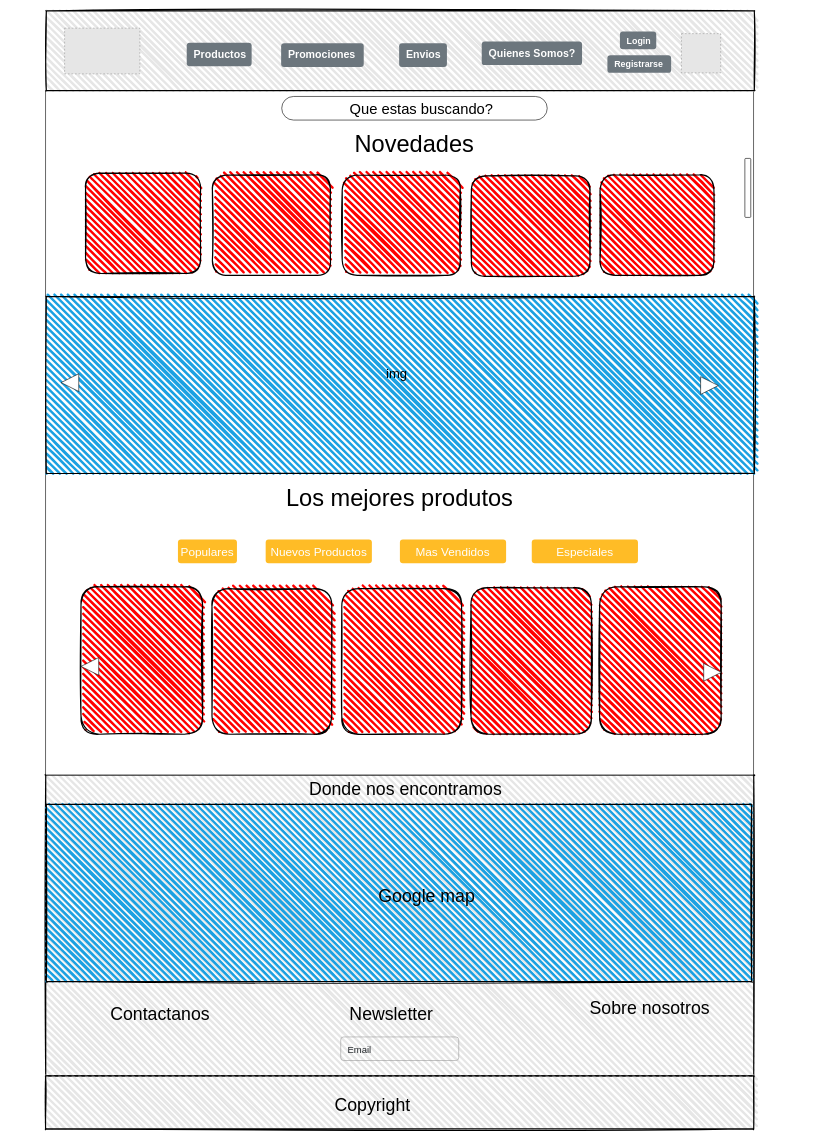
Earlier version of the draw.io diagram page "Page-2" (2 of 3) of Bocetos/Bocetos-de-Home/Home-1200.drawio (Evaristodantur/BierClub). Source tidied: cells renumbered, new cells numbered last; positions are measured from the earlier drawing's top-left corner, leaving out a move shared by most shapes. Both pictures are drawn from the tidied source at 59%, with x=0, y=0 at pixel (10, 11). Pictures stored in the file or linked from it are replaced by grey dashed boxes.
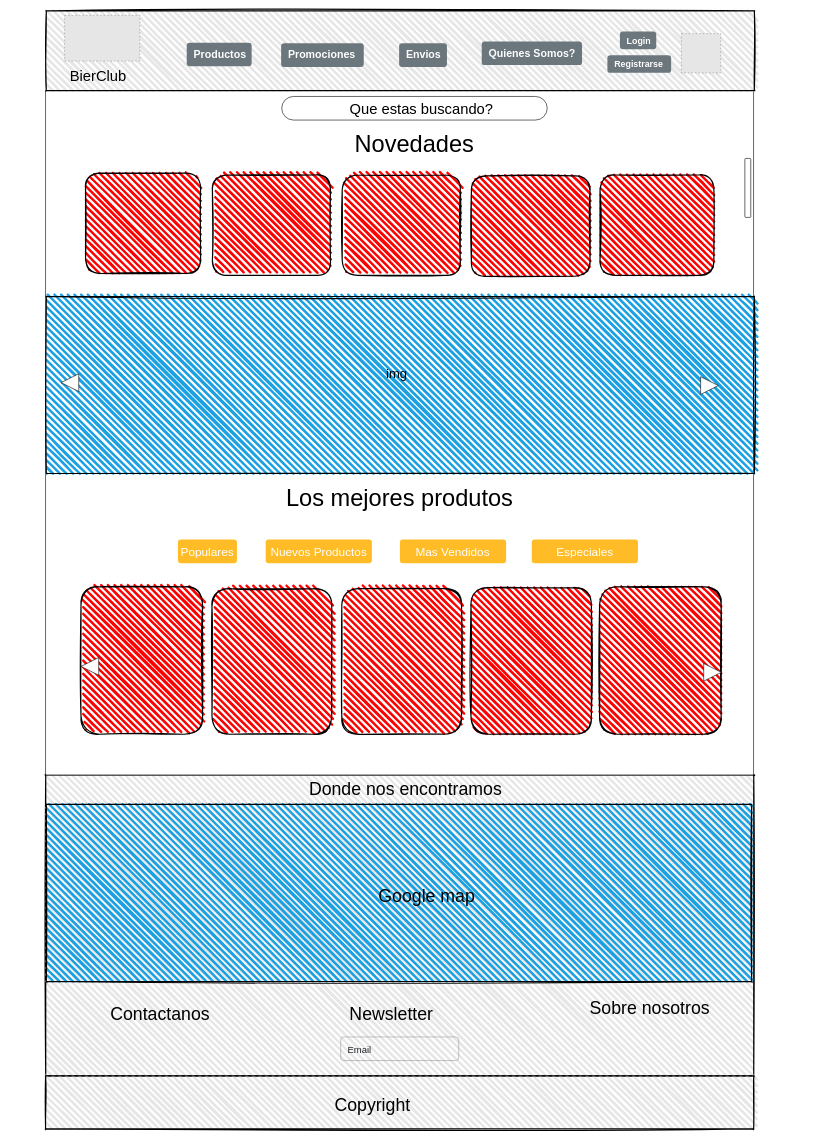
The same diagram, later.

The edit, as a diff of the source:
```diff
@@
     <mxCell id="15" style="fillColor=#E6E6E6;strokeColor=#999999;dashed=1;verticalLabelPosition=bottom;labelBackgroundColor=#ffffff;verticalAlign=top;" parent="1" vertex="1">
-      <mxGeometry x="92" y="29.2" width="127.5" height="77.5" as="geometry" />
+      <mxGeometry x="92" y="7.5" width="127.5" height="77.5" as="geometry" />
     </mxCell>
@@
+    <mxCell id="51" value="&lt;font style=&quot;font-size: 25px&quot;&gt;BierClub&lt;/font&gt;" style="text;html=1;strokeColor=none;fillColor=none;align=center;verticalAlign=middle;whiteSpace=wrap;rounded=0;fontSize=40;" parent="1" vertex="1">
+      <mxGeometry x="59.8" y="95" width="177.9" height="19.9" as="geometry" />
+    </mxCell>
```
